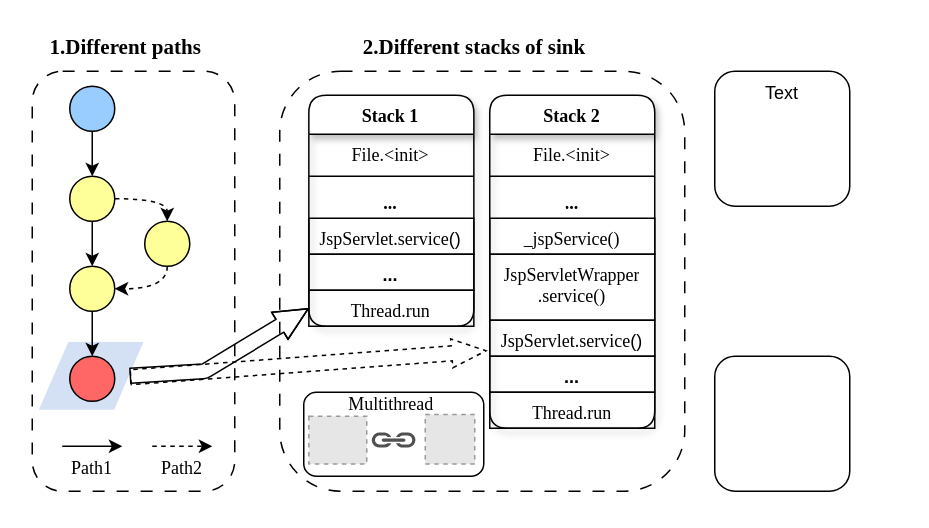
This is page "第 4 页" (4 of 4) of Contribute.drawio from godownio/draw, a draw.io file, before an edit. Source tidied: cells renumbered, new cells numbered last; positions are measured from the earlier drawing's top-left corner, leaving out a move shared by most shapes. Both pictures are drawn from the tidied source at 150%, with x=0, y=0 at pixel (32, 26). Pictures stored in the file or linked from it are replaced by grey dashed boxes.
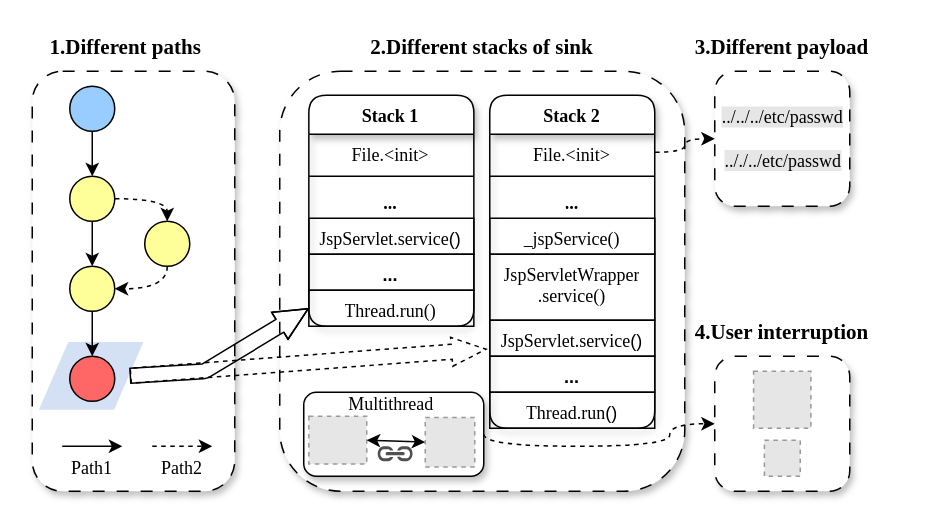
Above is the later version.

Unchanged cells that the change refers to:
```xml
<mxCell id="22" value="&lt;font face=&quot;Times New Roman&quot;&gt;Stack 1&lt;/font&gt;" style="swimlane;fontStyle=1;align=center;verticalAlign=top;horizontal=1;startSize=26;whiteSpace=wrap;html=1;gradientColor=none;rounded=1;glass=0;shadow=1;" parent="1" vertex="1">
  <mxGeometry x="184.4" y="46" width="110" height="154" as="geometry" />
</mxCell>
<mxCell id="29" value="&lt;font face=&quot;Times New Roman&quot;&gt;Stack 2&lt;/font&gt;" style="swimlane;fontStyle=1;align=center;verticalAlign=top;horizontal=1;startSize=26;whiteSpace=wrap;html=1;rounded=1;shadow=1;" parent="1" vertex="1">
  <mxGeometry x="305" y="46" width="110" height="222" as="geometry" />
</mxCell>
<mxCell id="30" value="&lt;div align=&quot;center&quot;&gt;&lt;font face=&quot;Times New Roman&quot;&gt;File.&amp;lt;init&amp;gt;&lt;/font&gt;&lt;/div&gt;" style="text;strokeColor=none;fillColor=none;align=center;verticalAlign=top;spacingLeft=4;spacingRight=4;overflow=hidden;points=[[0,0.5],[1,0.5]];portConstraint=eastwest;whiteSpace=wrap;html=1;" parent="29" vertex="1">
  <mxGeometry y="26" width="110" height="24" as="geometry" />
</mxCell>
<mxCell id="35" value="&lt;div align=&quot;center&quot;&gt;&lt;font face=&quot;Times New Roman&quot;&gt;JspServlet.service&lt;/font&gt;()&lt;/div&gt;" style="text;strokeColor=default;fillColor=none;align=center;verticalAlign=top;spacingLeft=4;spacingRight=4;overflow=hidden;points=[[0,0.5],[1,0.5]];portConstraint=eastwest;whiteSpace=wrap;html=1;" parent="29" vertex="1">
  <mxGeometry y="150" width="110" height="24" as="geometry" />
</mxCell>
```

The edit, as a diff of the source:
```diff
@@
-    <mxCell id="2" style="rounded=1;whiteSpace=wrap;html=1;strokeColor=default;dashed=1;dashPattern=8 8;fillColor=#FFFFFF;" parent="1" vertex="1">
+    <mxCell id="2" style="rounded=1;whiteSpace=wrap;html=1;strokeColor=default;dashed=1;dashPattern=8 8;fillColor=#FFFFFF;shadow=1;glass=0;" parent="1" vertex="1">
       <mxGeometry x="165" y="30" width="270" height="280" as="geometry" />
     </mxCell>
+    <mxCell id="47" style="edgeStyle=orthogonalEdgeStyle;rounded=0;jettySize=auto;html=1;exitX=1;exitY=0.5;exitDx=0;exitDy=0;entryX=0;entryY=0.5;entryDx=0;entryDy=0;dashed=1;curved=1;" parent="1" edge="1" source="3" target="45">
+      <mxGeometry relative="1" as="geometry">
+        <Array as="points">
+          <mxPoint x="301" y="280" />
+          <mxPoint x="425" y="280" />
+          <mxPoint x="425" y="265" />
+        </Array>
+      </mxGeometry>
+    </mxCell>
-    <mxCell id="3" style="rounded=1;whiteSpace=wrap;html=1;" parent="1" vertex="1">
+    <mxCell id="3" style="rounded=1;whiteSpace=wrap;html=1;shadow=1;" parent="1" vertex="1">
       <mxGeometry x="181" y="244" width="120" height="56" as="geometry" />
     </mxCell>
-    <mxCell id="4" style="rounded=1;whiteSpace=wrap;html=1;dashed=1;dashPattern=8 8;" parent="1" vertex="1">
+    <mxCell id="4" style="rounded=1;whiteSpace=wrap;html=1;dashed=1;dashPattern=8 8;shadow=1;" parent="1" vertex="1">
       <mxGeometry y="30" width="135" height="280" as="geometry" />
     </mxCell>
@@
-    <mxCell id="28" value="&lt;div align=&quot;center&quot;&gt;&lt;font face=&quot;Times New Roman&quot;&gt;Thread.run&lt;/font&gt;&lt;/div&gt;" style="text;strokeColor=default;fillColor=none;align=center;verticalAlign=top;spacingLeft=4;spacingRight=4;overflow=hidden;points=[[0,0.5],[1,0.5]];portConstraint=eastwest;whiteSpace=wrap;html=1;" parent="22" vertex="1">
+    <mxCell id="28" value="&lt;div align=&quot;center&quot;&gt;&lt;font face=&quot;Times New Roman&quot;&gt;Thread.run()&lt;/font&gt;&lt;/div&gt;" style="text;strokeColor=default;fillColor=none;align=center;verticalAlign=top;spacingLeft=4;spacingRight=4;overflow=hidden;points=[[0,0.5],[1,0.5]];portConstraint=eastwest;whiteSpace=wrap;html=1;" parent="22" vertex="1">
       <mxGeometry y="130" width="110" height="24" as="geometry" />
     </mxCell>
@@
-    <mxCell id="37" value="&lt;div align=&quot;center&quot;&gt;&lt;font face=&quot;Times New Roman&quot;&gt;Thread.run&lt;/font&gt;&lt;/div&gt;" style="text;strokeColor=default;fillColor=none;align=center;verticalAlign=top;spacingLeft=4;spacingRight=4;overflow=hidden;whiteSpace=wrap;html=1;" parent="29" vertex="1">
+    <mxCell id="37" value="&lt;div align=&quot;center&quot;&gt;&lt;font face=&quot;Times New Roman&quot;&gt;Thread.run&lt;/font&gt;()&lt;/div&gt;" style="text;strokeColor=default;fillColor=none;align=center;verticalAlign=top;spacingLeft=4;spacingRight=4;overflow=hidden;whiteSpace=wrap;html=1;" parent="29" vertex="1">
       <mxGeometry y="198" width="110" height="24" as="geometry" />
     </mxCell>
     <mxCell id="38" value="&lt;b&gt;&lt;font face=&quot;Times New Roman&quot; style=&quot;font-size: 14px;&quot;&gt;2.Different stacks of sink&lt;/font&gt;&lt;/b&gt;" style="text;html=1;whiteSpace=wrap;strokeColor=none;fillColor=none;align=center;verticalAlign=middle;rounded=0;" parent="1" vertex="1">
-      <mxGeometry x="215" width="160" height="30" as="geometry" />
+      <mxGeometry x="220" width="160" height="30" as="geometry" />
     </mxCell>
     <mxCell id="39" style="sketch=0;shadow=0;dashed=0;html=1;strokeColor=none;fillColor=#505050;labelPosition=center;verticalLabelPosition=bottom;verticalAlign=top;align=center;shape=mxgraph.office.concepts.link;" parent="1" vertex="1">
-      <mxGeometry x="226" y="270.9" width="30" height="10" as="geometry" />
+      <mxGeometry x="230" y="280" width="24" height="10" as="geometry" />
     </mxCell>
@@
     <mxCell id="41" style="fillColor=#E6E6E6;strokeColor=#999999;dashed=1;verticalLabelPosition=bottom;verticalAlign=top;" parent="1" vertex="1">
-      <mxGeometry x="262" y="258.8" width="33" height="33" as="geometry" />
+      <mxGeometry x="262" y="260.8" width="33" height="33" as="geometry" />
     </mxCell>
@@
-    <mxCell id="43" style="shape=flexArrow;endArrow=classic;html=1;rounded=0;entryX=-0.018;entryY=0.847;entryDx=0;entryDy=0;entryPerimeter=0;endWidth=8.333333333333334;endSize=7.316666666666666;dashed=1;" parent="1" edge="1" target="35">
+    <mxCell id="43" style="shape=flexArrow;endArrow=classic;html=1;rounded=0;entryX=-0.018;entryY=0.847;entryDx=0;entryDy=0;entryPerimeter=0;endWidth=8.333333333333334;endSize=7.316666666666666;dashed=1;" parent="1" edge="1">
       <mxGeometry relative="1" as="geometry">
-        <mxPoint x="65.2" y="234" as="sourcePoint" />
+        <mxPoint x="65.2" y="233" as="sourcePoint" />
+        <mxPoint x="303" y="215.3" as="targetPoint" />
       </mxGeometry>
     </mxCell>
-    <mxCell id="44" style="rounded=1;whiteSpace=wrap;html=1;" parent="1" vertex="1">
+    <mxCell id="44" style="rounded=1;whiteSpace=wrap;html=1;dashed=1;dashPattern=8 8;shadow=1;" parent="1" vertex="1">
       <mxGeometry x="455" y="30" width="90" height="90" as="geometry" />
     </mxCell>
-    <mxCell id="45" style="rounded=1;whiteSpace=wrap;html=1;" parent="1" vertex="1">
+    <mxCell id="45" style="rounded=1;whiteSpace=wrap;html=1;dashed=1;dashPattern=8 8;shadow=1;" parent="1" vertex="1">
       <mxGeometry x="455" y="220" width="90" height="90" as="geometry" />
     </mxCell>
-    <mxCell id="46" value="Text" style="text;html=1;whiteSpace=wrap;strokeColor=none;fillColor=none;align=center;verticalAlign=middle;rounded=0;" parent="1" vertex="1">
-      <mxGeometry x="470" y="30" width="60" height="30" as="geometry" />
+    <mxCell id="46" value="&lt;font face=&quot;Times New Roman&quot; style=&quot;background-color: rgb(230, 230, 230);&quot;&gt;../../../etc/passwd&lt;/font&gt;" style="text;html=1;whiteSpace=wrap;strokeColor=none;fillColor=none;align=center;verticalAlign=middle;rounded=0;" parent="1" vertex="1">
+      <mxGeometry x="457.5" y="46" width="85" height="30" as="geometry" />
     </mxCell>
+    <mxCell id="48" style="edgeStyle=orthogonalEdgeStyle;rounded=0;jettySize=auto;html=1;entryX=0;entryY=0.5;entryDx=0;entryDy=0;curved=1;dashed=1;" parent="1" edge="1" source="30" target="44">
+      <mxGeometry relative="1" as="geometry" />
+    </mxCell>
+    <mxCell id="49" value="&lt;font face=&quot;Times New Roman&quot; style=&quot;background-color: light-dark(rgb(230, 230, 230), rgb(39, 39, 39));&quot;&gt;.././../etc/passwd&lt;/font&gt;" style="text;whiteSpace=wrap;html=1;" parent="1" vertex="1">
+      <mxGeometry x="459.5" y="76" width="110" height="40" as="geometry" />
+    </mxCell>
+    <mxCell id="50" value="&lt;b&gt;&lt;font face=&quot;Times New Roman&quot; style=&quot;font-size: 14px;&quot;&gt;3.Different payload&lt;/font&gt;&lt;/b&gt;" style="text;html=1;whiteSpace=wrap;strokeColor=none;fillColor=none;align=center;verticalAlign=middle;rounded=0;" parent="1" vertex="1">
+      <mxGeometry x="420" width="160" height="30" as="geometry" />
+    </mxCell>
+    <mxCell id="51" value="&lt;b&gt;&lt;font face=&quot;Times New Roman&quot; style=&quot;font-size: 14px;&quot;&gt;4.User interruption&lt;/font&gt;&lt;/b&gt;" style="text;html=1;whiteSpace=wrap;strokeColor=none;fillColor=none;align=center;verticalAlign=middle;rounded=0;" parent="1" vertex="1">
+      <mxGeometry x="420" y="190" width="160" height="30" as="geometry" />
+    </mxCell>
+    <mxCell id="52" style="fillColor=#E6E6E6;strokeColor=#999999;dashed=1;verticalLabelPosition=bottom;verticalAlign=top;" parent="1" vertex="1">
+      <mxGeometry x="480.9" y="230" width="38.2" height="38" as="geometry" />
+    </mxCell>
+    <mxCell id="53" style="fillColor=#E6E6E6;strokeColor=#999999;dashed=1;verticalLabelPosition=bottom;verticalAlign=top;" parent="1" vertex="1">
+      <mxGeometry x="488.1" y="276" width="23.9" height="24" as="geometry" />
+    </mxCell>
+    <mxCell id="54" style="endArrow=classic;startArrow=classic;html=1;rounded=0;entryX=0;entryY=0.5;entryDx=0;entryDy=0;" parent="1" edge="1" target="41">
+      <mxGeometry relative="1" as="geometry">
+        <mxPoint x="223" y="276" as="sourcePoint" />
+        <Array as="points">
+          <mxPoint x="245" y="276.6" />
+        </Array>
+      </mxGeometry>
+    </mxCell>
```
